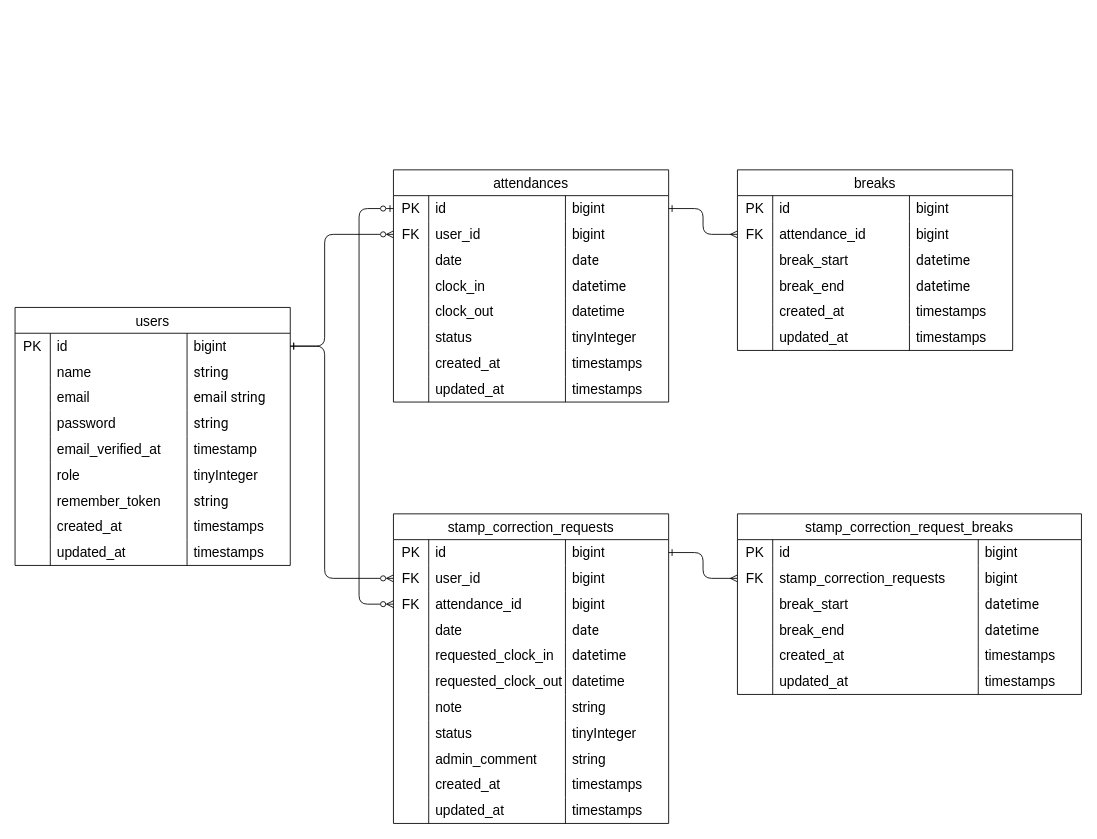
Before: page "ページ1" (1 of 2) of .dio in sub-law/mock-project-02-mock-check, a draw.io diagram. Source tidied: cells renumbered, new cells numbered last; positions are measured from the earlier drawing's top-left corner, leaving out a move shared by most shapes. Both pictures are drawn from the tidied source at 86%, with x=0, y=0 at pixel (15, 169).
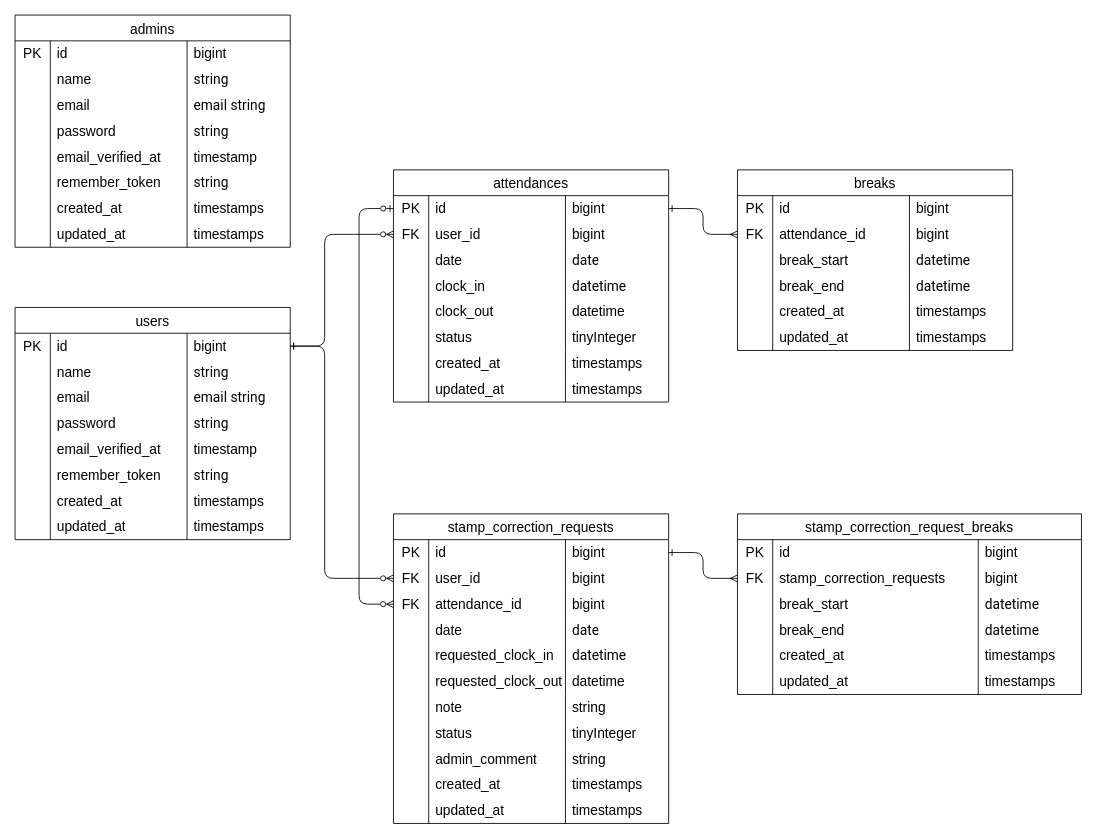
After the change.

Diff of the diagram source:
```diff
@@
     <mxCell id="2" value="users" style="shape=table;startSize=30;childLayout=tableLayout;rowLines=0;fontStyle=0;strokeColor=default;fontSize=16;" parent="1" vertex="1">
-      <mxGeometry y="160" width="320" height="300" as="geometry" />
+      <mxGeometry y="160" width="320" height="270" as="geometry" />
     </mxCell>
@@
-    <mxCell id="23" style="shape=tableRow;horizontal=0;startSize=0;swimlaneHead=0;swimlaneBody=0;top=0;left=0;bottom=0;right=0;fillColor=none;strokeColor=inherit;fontSize=16;" parent="2" vertex="1">
-      <mxGeometry y="180" width="320" height="30" as="geometry" />
-    </mxCell>
-    <mxCell id="24" style="shape=partialRectangle;html=1;whiteSpace=wrap;fillColor=none;top=0;left=0;bottom=0;right=0;overflow=hidden;strokeColor=inherit;fontSize=16;" parent="23" vertex="1">
-      <mxGeometry width="41" height="30" as="geometry" />
-    </mxCell>
-    <mxCell id="25" value="role" style="shape=partialRectangle;html=1;whiteSpace=wrap;fillColor=none;top=0;left=0;bottom=0;right=0;align=left;spacingLeft=6;overflow=hidden;strokeColor=inherit;fontSize=16;" parent="23" vertex="1">
-      <mxGeometry x="41" width="159" height="30" as="geometry" />
-    </mxCell>
-    <mxCell id="26" value="tinyInteger" style="shape=partialRectangle;html=1;whiteSpace=wrap;fillColor=none;top=0;left=0;bottom=0;right=0;align=left;spacingLeft=6;overflow=hidden;strokeColor=inherit;fontSize=16;" parent="23" vertex="1">
-      <mxGeometry x="200" width="120" height="30" as="geometry" />
-    </mxCell>
     <mxCell id="27" style="shape=tableRow;horizontal=0;startSize=0;swimlaneHead=0;swimlaneBody=0;top=0;left=0;bottom=0;right=0;fillColor=none;strokeColor=inherit;fontSize=16;" parent="2" vertex="1">
-      <mxGeometry y="210" width="320" height="30" as="geometry" />
+      <mxGeometry y="180" width="320" height="30" as="geometry" />
     </mxCell>
@@
     <mxCell id="31" style="shape=tableRow;horizontal=0;startSize=0;swimlaneHead=0;swimlaneBody=0;top=0;left=0;bottom=0;right=0;fillColor=none;strokeColor=inherit;fontSize=16;" parent="2" vertex="1">
-      <mxGeometry y="240" width="320" height="30" as="geometry" />
+      <mxGeometry y="210" width="320" height="30" as="geometry" />
     </mxCell>
@@
     <mxCell id="35" style="shape=tableRow;horizontal=0;startSize=0;swimlaneHead=0;swimlaneBody=0;top=0;left=0;bottom=0;right=0;fillColor=none;strokeColor=inherit;fontSize=16;" parent="2" vertex="1">
-      <mxGeometry y="270" width="320" height="30" as="geometry" />
+      <mxGeometry y="240" width="320" height="30" as="geometry" />
     </mxCell>
@@
+    <mxCell id="172" value="admins" style="shape=table;startSize=30;childLayout=tableLayout;rowLines=0;fontStyle=0;strokeColor=default;fontSize=16;" parent="1" vertex="1">
+      <mxGeometry y="-180" width="320" height="270" as="geometry" />
+    </mxCell>
+    <mxCell id="173" style="shape=tableRow;horizontal=0;startSize=0;swimlaneHead=0;swimlaneBody=0;top=0;left=0;bottom=0;right=0;fillColor=none;strokeColor=inherit;fontSize=16;" parent="172" vertex="1">
+      <mxGeometry y="30" width="320" height="30" as="geometry" />
+    </mxCell>
+    <mxCell id="174" value="PK" style="shape=partialRectangle;html=1;whiteSpace=wrap;fillColor=none;top=0;left=0;bottom=0;right=0;overflow=hidden;strokeColor=inherit;fontSize=16;" parent="173" vertex="1">
+      <mxGeometry width="41" height="30" as="geometry" />
+    </mxCell>
+    <mxCell id="175" value="id" style="shape=partialRectangle;html=1;whiteSpace=wrap;fillColor=none;top=0;left=0;bottom=0;right=0;align=left;spacingLeft=6;overflow=hidden;strokeColor=inherit;fontSize=16;" parent="173" vertex="1">
+      <mxGeometry x="41" width="159" height="30" as="geometry" />
+    </mxCell>
+    <mxCell id="176" value="&lt;span style=&quot;color: rgb(0, 0, 0); font-family: Arial;&quot;&gt;bigint&lt;/span&gt;" style="shape=partialRectangle;html=1;whiteSpace=wrap;fillColor=none;top=0;left=0;bottom=0;right=0;align=left;spacingLeft=6;overflow=hidden;strokeColor=inherit;fontSize=16;" parent="173" vertex="1">
+      <mxGeometry x="200" width="120" height="30" as="geometry" />
+    </mxCell>
+    <mxCell id="177" style="shape=tableRow;horizontal=0;startSize=0;swimlaneHead=0;swimlaneBody=0;top=0;left=0;bottom=0;right=0;fillColor=none;strokeColor=inherit;fontSize=16;" parent="172" vertex="1">
+      <mxGeometry y="60" width="320" height="30" as="geometry" />
+    </mxCell>
+    <mxCell id="178" style="shape=partialRectangle;html=1;whiteSpace=wrap;fillColor=none;top=0;left=0;bottom=0;right=0;overflow=hidden;strokeColor=inherit;fontSize=16;" parent="177" vertex="1">
+      <mxGeometry width="41" height="30" as="geometry" />
+    </mxCell>
+    <mxCell id="179" value="name" style="shape=partialRectangle;html=1;whiteSpace=wrap;fillColor=none;top=0;left=0;bottom=0;right=0;align=left;spacingLeft=6;overflow=hidden;strokeColor=inherit;fontSize=16;" parent="177" vertex="1">
+      <mxGeometry x="41" width="159" height="30" as="geometry" />
+    </mxCell>
+    <mxCell id="180" value="&lt;span style=&quot;color: rgb(0, 0, 0); font-family: Roboto, Arial;&quot;&gt;string&lt;/span&gt;" style="shape=partialRectangle;html=1;whiteSpace=wrap;fillColor=none;top=0;left=0;bottom=0;right=0;align=left;spacingLeft=6;overflow=hidden;strokeColor=inherit;fontSize=16;" parent="177" vertex="1">
+      <mxGeometry x="200" width="120" height="30" as="geometry" />
+    </mxCell>
+    <mxCell id="181" style="shape=tableRow;horizontal=0;startSize=0;swimlaneHead=0;swimlaneBody=0;top=0;left=0;bottom=0;right=0;fillColor=none;strokeColor=inherit;fontSize=16;" parent="172" vertex="1">
+      <mxGeometry y="90" width="320" height="30" as="geometry" />
+    </mxCell>
+    <mxCell id="182" style="shape=partialRectangle;html=1;whiteSpace=wrap;fillColor=none;top=0;left=0;bottom=0;right=0;overflow=hidden;strokeColor=inherit;fontSize=16;" parent="181" vertex="1">
+      <mxGeometry width="41" height="30" as="geometry" />
+    </mxCell>
+    <mxCell id="183" value="email" style="shape=partialRectangle;html=1;whiteSpace=wrap;fillColor=none;top=0;left=0;bottom=0;right=0;align=left;spacingLeft=6;overflow=hidden;strokeColor=inherit;fontSize=16;" parent="181" vertex="1">
+      <mxGeometry x="41" width="159" height="30" as="geometry" />
+    </mxCell>
+    <mxCell id="184" value="&lt;span style=&quot;color: rgb(0, 0, 0); font-family: Roboto, Arial;&quot;&gt;email string&lt;/span&gt;" style="shape=partialRectangle;html=1;whiteSpace=wrap;fillColor=none;top=0;left=0;bottom=0;right=0;align=left;spacingLeft=6;overflow=hidden;strokeColor=inherit;fontSize=16;" parent="181" vertex="1">
+      <mxGeometry x="200" width="120" height="30" as="geometry" />
+    </mxCell>
+    <mxCell id="185" style="shape=tableRow;horizontal=0;startSize=0;swimlaneHead=0;swimlaneBody=0;top=0;left=0;bottom=0;right=0;fillColor=none;strokeColor=inherit;fontSize=16;" parent="172" vertex="1">
+      <mxGeometry y="120" width="320" height="30" as="geometry" />
+    </mxCell>
+    <mxCell id="186" style="shape=partialRectangle;html=1;whiteSpace=wrap;fillColor=none;top=0;left=0;bottom=0;right=0;overflow=hidden;strokeColor=inherit;fontSize=16;" parent="185" vertex="1">
+      <mxGeometry width="41" height="30" as="geometry" />
+    </mxCell>
+    <mxCell id="187" value="&lt;span style=&quot;color: rgb(0, 0, 0);&quot;&gt;password&lt;/span&gt;" style="shape=partialRectangle;html=1;whiteSpace=wrap;fillColor=none;top=0;left=0;bottom=0;right=0;align=left;spacingLeft=6;overflow=hidden;strokeColor=inherit;fontSize=16;" parent="185" vertex="1">
+      <mxGeometry x="41" width="159" height="30" as="geometry" />
+    </mxCell>
+    <mxCell id="188" value="&lt;span style=&quot;color: rgb(0, 0, 0); font-family: Roboto, Arial;&quot;&gt;string&lt;/span&gt;" style="shape=partialRectangle;html=1;whiteSpace=wrap;fillColor=none;top=0;left=0;bottom=0;right=0;align=left;spacingLeft=6;overflow=hidden;strokeColor=inherit;fontSize=16;" parent="185" vertex="1">
+      <mxGeometry x="200" width="120" height="30" as="geometry" />
+    </mxCell>
+    <mxCell id="189" style="shape=tableRow;horizontal=0;startSize=0;swimlaneHead=0;swimlaneBody=0;top=0;left=0;bottom=0;right=0;fillColor=none;strokeColor=inherit;fontSize=16;" parent="172" vertex="1">
+      <mxGeometry y="150" width="320" height="30" as="geometry" />
+    </mxCell>
+    <mxCell id="190" style="shape=partialRectangle;html=1;whiteSpace=wrap;fillColor=none;top=0;left=0;bottom=0;right=0;overflow=hidden;strokeColor=inherit;fontSize=16;" parent="189" vertex="1">
+      <mxGeometry width="41" height="30" as="geometry" />
+    </mxCell>
+    <mxCell id="191" value="&lt;span style=&quot;color: rgb(0, 0, 0);&quot;&gt;email_verified_at&lt;/span&gt;" style="shape=partialRectangle;html=1;whiteSpace=wrap;fillColor=none;top=0;left=0;bottom=0;right=0;align=left;spacingLeft=6;overflow=hidden;strokeColor=inherit;fontSize=16;" parent="189" vertex="1">
+      <mxGeometry x="41" width="159" height="30" as="geometry" />
+    </mxCell>
+    <mxCell id="192" value="&lt;span style=&quot;color: rgb(0, 0, 0);&quot;&gt;timestamp&lt;/span&gt;" style="shape=partialRectangle;html=1;whiteSpace=wrap;fillColor=none;top=0;left=0;bottom=0;right=0;align=left;spacingLeft=6;overflow=hidden;strokeColor=inherit;fontSize=16;" parent="189" vertex="1">
+      <mxGeometry x="200" width="120" height="30" as="geometry" />
+    </mxCell>
+    <mxCell id="23" style="shape=tableRow;horizontal=0;startSize=0;swimlaneHead=0;swimlaneBody=0;top=0;left=0;bottom=0;right=0;fillColor=none;strokeColor=inherit;fontSize=16;" parent="172" vertex="1">
+      <mxGeometry y="180" width="320" height="30" as="geometry" />
+    </mxCell>
+    <mxCell id="193" style="shape=partialRectangle;html=1;whiteSpace=wrap;fillColor=none;top=0;left=0;bottom=0;right=0;overflow=hidden;strokeColor=inherit;fontSize=16;" parent="23" vertex="1">
+      <mxGeometry width="41" height="30" as="geometry" />
+    </mxCell>
+    <mxCell id="194" value="remember_token" style="shape=partialRectangle;html=1;whiteSpace=wrap;fillColor=none;top=0;left=0;bottom=0;right=0;align=left;spacingLeft=6;overflow=hidden;strokeColor=inherit;fontSize=16;" parent="23" vertex="1">
+      <mxGeometry x="41" width="159" height="30" as="geometry" />
+    </mxCell>
+    <mxCell id="195" value="&lt;span style=&quot;color: rgb(0, 0, 0); font-family: Roboto, Arial;&quot;&gt;string&lt;/span&gt;" style="shape=partialRectangle;html=1;whiteSpace=wrap;fillColor=none;top=0;left=0;bottom=0;right=0;align=left;spacingLeft=6;overflow=hidden;strokeColor=inherit;fontSize=16;" parent="23" vertex="1">
+      <mxGeometry x="200" width="120" height="30" as="geometry" />
+    </mxCell>
+    <mxCell id="196" style="shape=tableRow;horizontal=0;startSize=0;swimlaneHead=0;swimlaneBody=0;top=0;left=0;bottom=0;right=0;fillColor=none;strokeColor=inherit;fontSize=16;" parent="172" vertex="1">
+      <mxGeometry y="210" width="320" height="30" as="geometry" />
+    </mxCell>
+    <mxCell id="197" style="shape=partialRectangle;html=1;whiteSpace=wrap;fillColor=none;top=0;left=0;bottom=0;right=0;overflow=hidden;strokeColor=inherit;fontSize=16;" parent="196" vertex="1">
+      <mxGeometry width="41" height="30" as="geometry" />
+    </mxCell>
+    <mxCell id="198" value="created_at" style="shape=partialRectangle;html=1;whiteSpace=wrap;fillColor=none;top=0;left=0;bottom=0;right=0;align=left;spacingLeft=6;overflow=hidden;strokeColor=inherit;fontSize=16;" parent="196" vertex="1">
+      <mxGeometry x="41" width="159" height="30" as="geometry" />
+    </mxCell>
+    <mxCell id="199" value="&lt;span style=&quot;color: rgb(0, 0, 0);&quot;&gt;timestamps&lt;/span&gt;" style="shape=partialRectangle;html=1;whiteSpace=wrap;fillColor=none;top=0;left=0;bottom=0;right=0;align=left;spacingLeft=6;overflow=hidden;strokeColor=inherit;fontSize=16;" parent="196" vertex="1">
+      <mxGeometry x="200" width="120" height="30" as="geometry" />
+    </mxCell>
+    <mxCell id="200" style="shape=tableRow;horizontal=0;startSize=0;swimlaneHead=0;swimlaneBody=0;top=0;left=0;bottom=0;right=0;fillColor=none;strokeColor=inherit;fontSize=16;" parent="172" vertex="1">
+      <mxGeometry y="240" width="320" height="30" as="geometry" />
+    </mxCell>
+    <mxCell id="201" style="shape=partialRectangle;html=1;whiteSpace=wrap;fillColor=none;top=0;left=0;bottom=0;right=0;overflow=hidden;strokeColor=inherit;fontSize=16;" parent="200" vertex="1">
+      <mxGeometry width="41" height="30" as="geometry" />
+    </mxCell>
+    <mxCell id="202" value="&lt;span style=&quot;color: rgb(0, 0, 0);&quot;&gt;updated_at&lt;/span&gt;" style="shape=partialRectangle;html=1;whiteSpace=wrap;fillColor=none;top=0;left=0;bottom=0;right=0;align=left;spacingLeft=6;overflow=hidden;strokeColor=inherit;fontSize=16;" parent="200" vertex="1">
+      <mxGeometry x="41" width="159" height="30" as="geometry" />
+    </mxCell>
+    <mxCell id="203" value="&lt;span style=&quot;color: rgb(0, 0, 0);&quot;&gt;timestamps&lt;/span&gt;" style="shape=partialRectangle;html=1;whiteSpace=wrap;fillColor=none;top=0;left=0;bottom=0;right=0;align=left;spacingLeft=6;overflow=hidden;strokeColor=inherit;fontSize=16;" parent="200" vertex="1">
+      <mxGeometry x="200" width="120" height="30" as="geometry" />
+    </mxCell>
```
